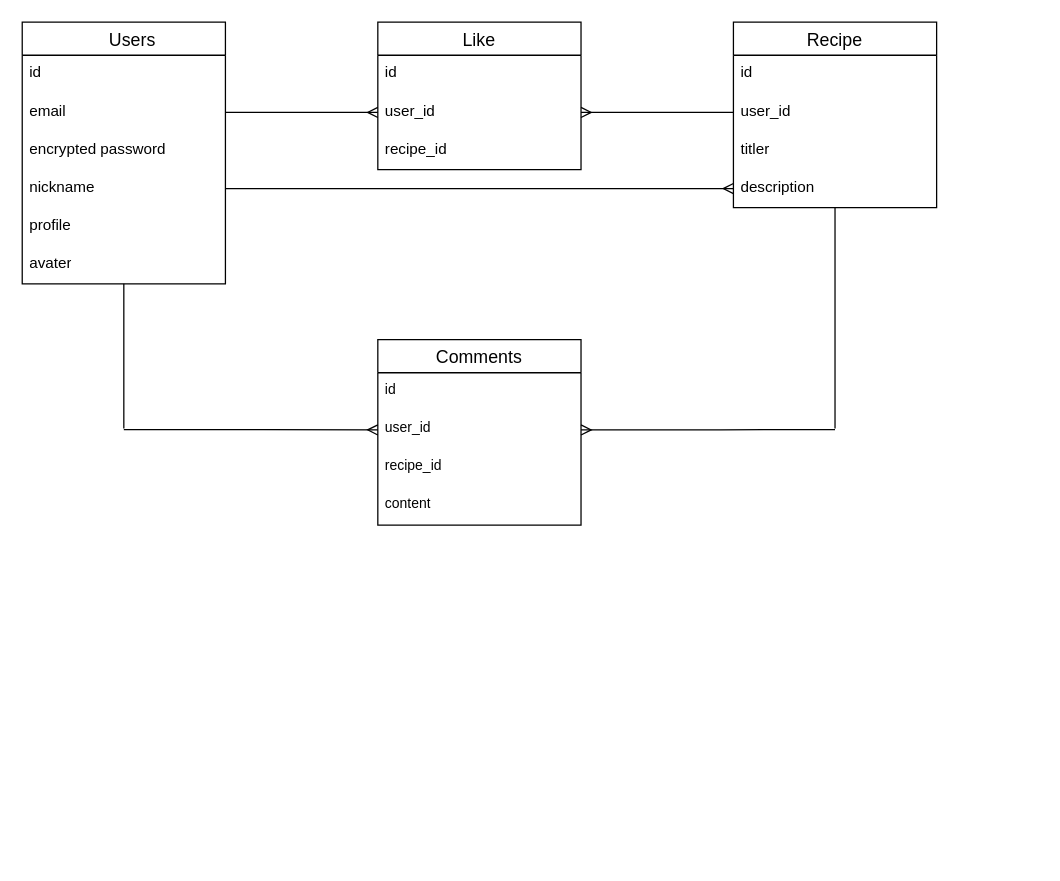
This is child-recipe.dio from sugita-daiki/child-recipe, a draw.io file, before an edit. Source tidied: cells renumbered, new cells numbered last; positions are measured from the earlier drawing's top-left corner, leaving out a move shared by most shapes. Both pictures are drawn from the tidied source at 127%, with x=0, y=0 at pixel (22, 22).
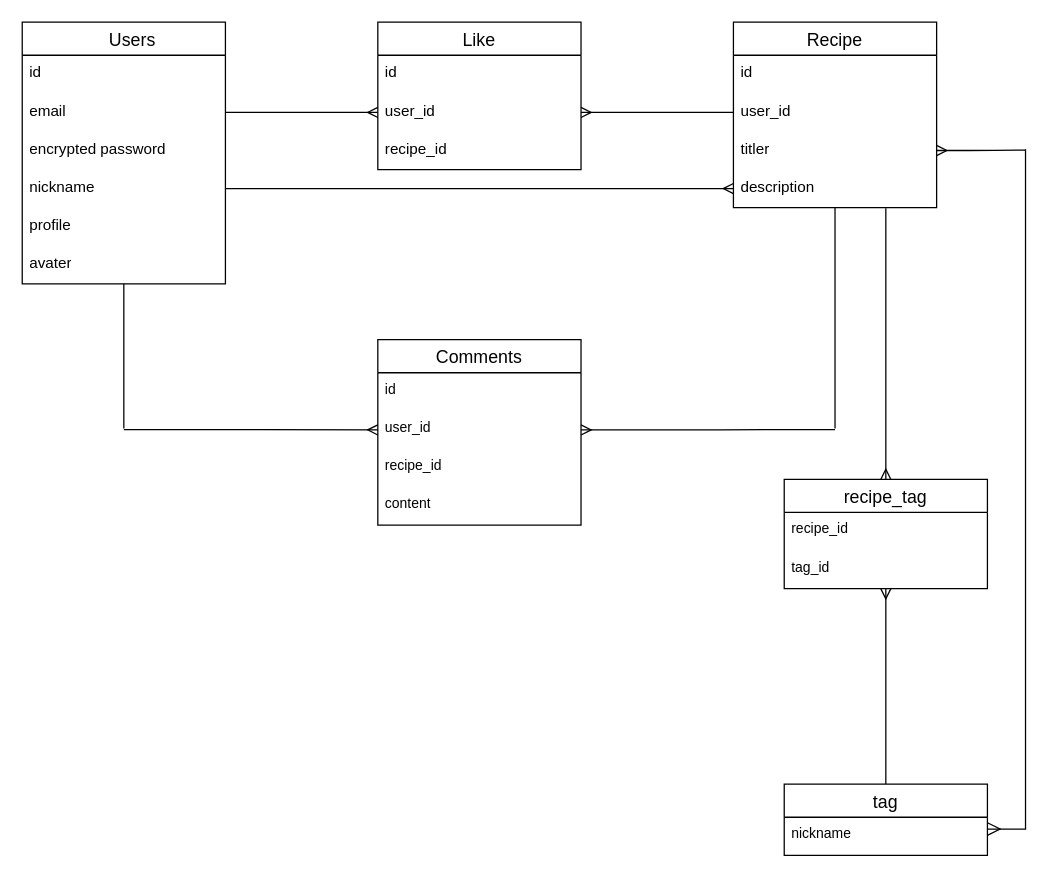
After the change.

Commit message (it also covers changes not shown here):
タグ機能ER図とREADMEの作成

Unchanged cells that the change refers to:
```xml
<mxCell id="15" value="Recipe" style="swimlane;fontStyle=0;horizontal=1;startSize=26;align=center;fontSize=14;" parent="1" vertex="1">
  <mxGeometry x="560" width="160" height="146" as="geometry" />
</mxCell>
<mxCell id="18" value="&lt;div&gt;titler&lt;/div&gt;" style="text;strokeColor=none;fillColor=none;spacingLeft=4;spacingRight=4;overflow=hidden;points=[[0,0.5],[1,0.5]];portConstraint=eastwest;fontSize=12;whiteSpace=wrap;html=1;" parent="15" vertex="1">
  <mxGeometry y="86" width="160" height="30" as="geometry" />
</mxCell>
<mxCell id="19" value="&lt;div&gt;description&lt;/div&gt;" style="text;strokeColor=none;fillColor=none;spacingLeft=4;spacingRight=4;overflow=hidden;points=[[0,0.5],[1,0.5]];portConstraint=eastwest;fontSize=12;whiteSpace=wrap;html=1;" parent="15" vertex="1">
  <mxGeometry y="116" width="160" height="30" as="geometry" />
</mxCell>
```

Diff of the diagram source:
```diff
@@
+    <mxCell id="30" style="edgeStyle=elbowEdgeStyle;shape=connector;rounded=1;html=1;exitX=1;exitY=0.5;exitDx=0;exitDy=0;strokeColor=default;align=center;verticalAlign=middle;fontFamily=Helvetica;fontSize=11;fontColor=default;labelBackgroundColor=default;endArrow=none;endFill=0;startArrow=ERmany;startFill=0;" parent="15" edge="1" source="18">
+      <mxGeometry relative="1" as="geometry">
+        <mxPoint x="230" y="100.7" as="targetPoint" />
+      </mxGeometry>
+    </mxCell>
@@
+    <mxCell id="31" style="edgeStyle=elbowEdgeStyle;shape=connector;rounded=1;html=1;exitX=0.5;exitY=0;exitDx=0;exitDy=0;entryX=0.5;entryY=1;entryDx=0;entryDy=0;strokeColor=default;align=center;verticalAlign=middle;fontFamily=Helvetica;fontSize=11;fontColor=default;labelBackgroundColor=default;endArrow=ERmany;startArrow=none;startFill=0;endFill=0;" parent="1" edge="1" source="32" target="35">
+      <mxGeometry relative="1" as="geometry" />
+    </mxCell>
+    <mxCell id="32" value="tag" style="swimlane;fontStyle=0;horizontal=1;startSize=26;align=center;fontSize=14;fontFamily=Helvetica;fontColor=default;labelBackgroundColor=default;" parent="1" vertex="1">
+      <mxGeometry x="600" y="600" width="160" height="56" as="geometry" />
+    </mxCell>
+    <mxCell id="33" value="nickname" style="text;strokeColor=none;fillColor=none;spacingLeft=4;spacingRight=4;overflow=hidden;fontSize=11;whiteSpace=wrap;html=1;fontFamily=Helvetica;fontColor=default;labelBackgroundColor=default;" parent="32" vertex="1">
+      <mxGeometry y="26" width="160" height="30" as="geometry" />
+    </mxCell>
+    <mxCell id="34" style="edgeStyle=elbowEdgeStyle;shape=connector;rounded=1;html=1;exitX=0.5;exitY=0;exitDx=0;exitDy=0;strokeColor=default;align=center;verticalAlign=middle;fontFamily=Helvetica;fontSize=11;fontColor=default;labelBackgroundColor=default;endArrow=none;entryX=0.745;entryY=1.017;entryDx=0;entryDy=0;entryPerimeter=0;endFill=0;startArrow=ERmany;startFill=0;" parent="1" edge="1" source="35" target="19">
+      <mxGeometry relative="1" as="geometry" />
+    </mxCell>
+    <mxCell id="35" value="recipe_tag" style="swimlane;fontStyle=0;horizontal=1;startSize=26;align=center;fontSize=14;fontFamily=Helvetica;fontColor=default;labelBackgroundColor=default;" parent="1" vertex="1">
+      <mxGeometry x="600" y="360" width="160" height="86" as="geometry" />
+    </mxCell>
+    <mxCell id="36" value="recipe_id" style="text;strokeColor=none;fillColor=none;spacingLeft=4;spacingRight=4;overflow=hidden;fontSize=11;whiteSpace=wrap;html=1;fontFamily=Helvetica;fontColor=default;labelBackgroundColor=default;" parent="35" vertex="1">
+      <mxGeometry y="26" width="160" height="30" as="geometry" />
+    </mxCell>
+    <mxCell id="37" value="tag_id" style="text;strokeColor=none;fillColor=none;spacingLeft=4;spacingRight=4;overflow=hidden;fontSize=11;whiteSpace=wrap;html=1;fontFamily=Helvetica;fontColor=default;labelBackgroundColor=default;" parent="35" vertex="1">
+      <mxGeometry y="56" width="160" height="30" as="geometry" />
+    </mxCell>
+    <mxCell id="38" style="edgeStyle=segmentEdgeStyle;endArrow=none;html=1;curved=0;rounded=0;endSize=8;startSize=8;strokeColor=default;align=center;verticalAlign=middle;fontFamily=Helvetica;fontSize=11;fontColor=default;labelBackgroundColor=default;endFill=0;startArrow=ERmany;startFill=0;" parent="1" edge="1">
+      <mxGeometry relative="1" as="geometry">
+        <mxPoint x="760" y="635.3" as="sourcePoint" />
+        <mxPoint x="790" y="100" as="targetPoint" />
+      </mxGeometry>
+    </mxCell>
```
